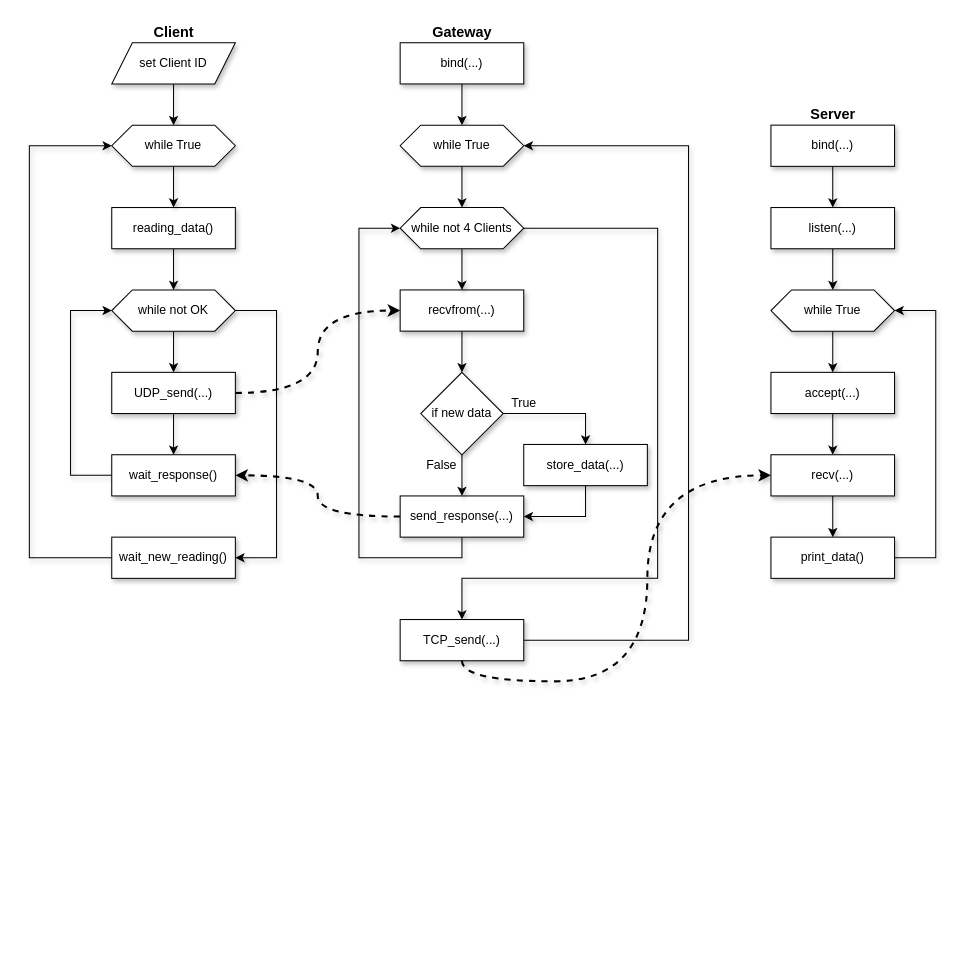
The draw.io diagram Schema.drawio in manuandru/Reti2021-Smart-Meter-IoT, before the edit. Source tidied: cells renumbered, new cells numbered last; positions are measured from the earlier drawing's top-left corner, leaving out a move shared by most shapes. Both pictures are drawn from the tidied source at 103%, with x=0, y=0 at pixel (29, 22).
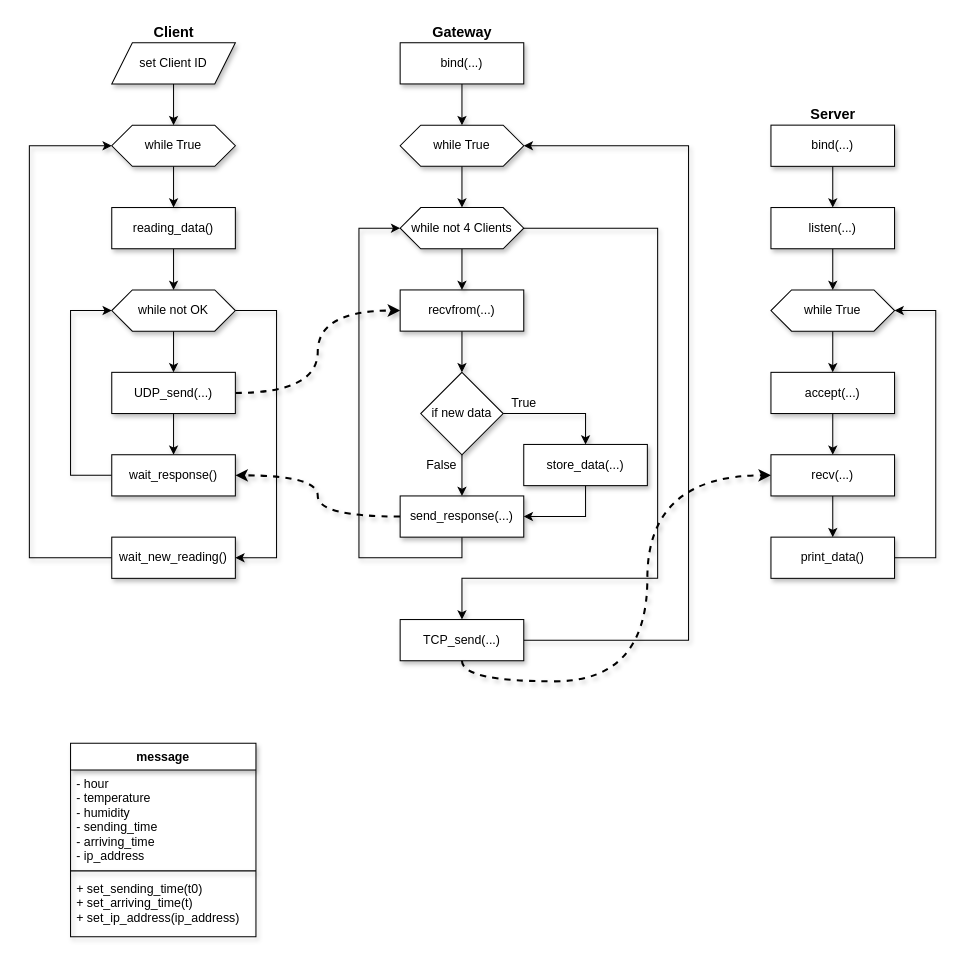
The same page after the edit.

Change to the diagram source:
```diff
@@
+    <mxCell id="55" value="message" style="swimlane;fontStyle=1;align=center;verticalAlign=top;horizontal=1;startSize=26;shadow=1;" parent="1" vertex="1">
+      <mxGeometry x="40" y="700" width="180" height="188" as="geometry" />
+    </mxCell>
+    <mxCell id="56" value="- hour&#10;- temperature&#10;- humidity&#10;- sending_time&#10;- arriving_time&#10;- ip_address" style="text;strokeColor=none;fillColor=none;align=left;verticalAlign=top;spacingLeft=4;spacingRight=4;overflow=hidden;shadow=1;" parent="55" vertex="1">
+      <mxGeometry y="26" width="180" height="94" as="geometry" />
+    </mxCell>
+    <mxCell id="57" style="line;strokeWidth=1;fillColor=none;align=left;verticalAlign=middle;spacingTop=-1;spacingLeft=3;spacingRight=3;labelPosition=right;shadow=1;" parent="55" vertex="1">
+      <mxGeometry y="120" width="180" height="8" as="geometry" />
+    </mxCell>
+    <mxCell id="58" value="+ set_sending_time(t0)&#10;+ set_arriving_time(t)&#10;+ set_ip_address(ip_address)" style="text;strokeColor=none;fillColor=none;align=left;verticalAlign=top;spacingLeft=4;spacingRight=4;overflow=hidden;shadow=1;" parent="55" vertex="1">
+      <mxGeometry y="128" width="180" height="60" as="geometry" />
+    </mxCell>
```
